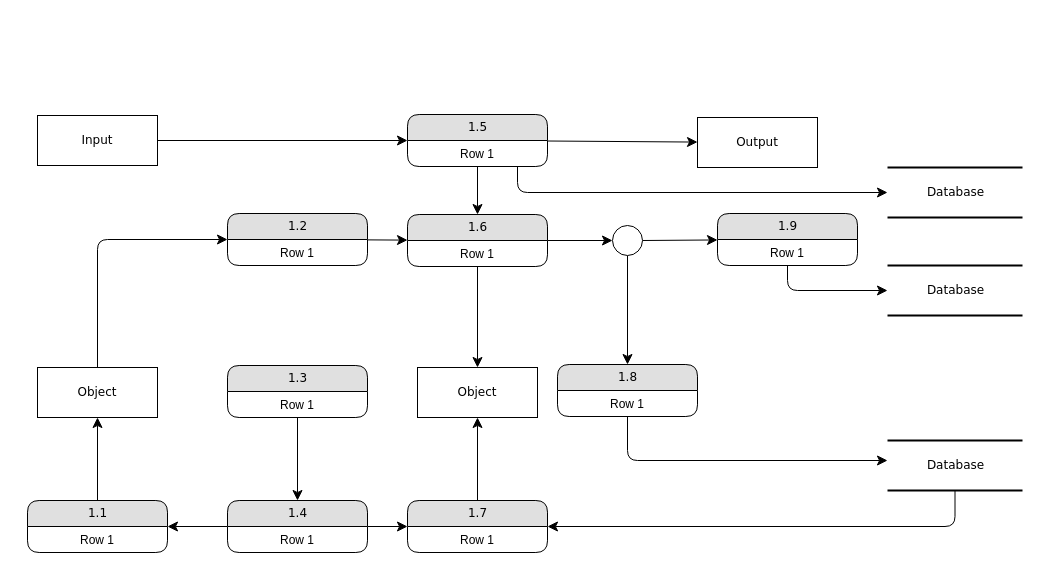
LX850569127/DrawIO keeps this draw.io diagram as overallFlowChart.drawio. Above is the earlier version. Source tidied: cells renumbered, new cells numbered last; positions are measured from the earlier drawing's top-left corner, leaving out a move shared by most shapes. Both pictures are drawn from the tidied source at 100%, with x=0, y=0 at pixel (27, 114).
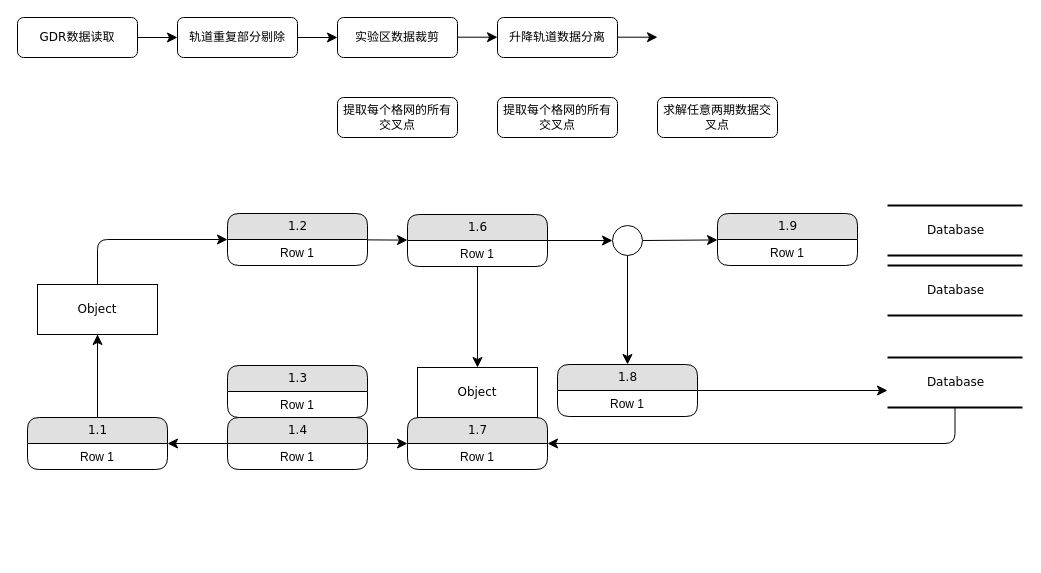
The same page after the edit.

Unchanged cells that the change refers to:
```xml
<mxCell id="3" value="Database" style="html=1;rounded=0;shadow=0;comic=0;labelBackgroundColor=none;strokeWidth=2;fontFamily=Verdana;fontSize=12;align=center;shape=mxgraph.ios7ui.horLines;" parent="1" vertex="1">
  <mxGeometry x="860" y="151" width="135" height="50" as="geometry" />
</mxCell>
<mxCell id="16" value="1.6" style="swimlane;html=1;fontStyle=0;horizontal=1;startSize=26;fillColor=#e0e0e0;swimlaneFillColor=#ffffff;align=center;rounded=1;shadow=0;comic=0;labelBackgroundColor=none;strokeWidth=1;fontFamily=Verdana;fontSize=12;" parent="1" vertex="1">
  <mxGeometry x="380" y="100" width="140" height="52" as="geometry" />
</mxCell>
<mxCell id="19" value="1.2" style="swimlane;html=1;fontStyle=0;horizontal=1;startSize=26;fillColor=#e0e0e0;swimlaneFillColor=#ffffff;align=center;rounded=1;shadow=0;comic=0;labelBackgroundColor=none;strokeWidth=1;fontFamily=Verdana;fontSize=12;" parent="1" vertex="1">
  <mxGeometry x="200" y="99" width="140" height="52" as="geometry" />
</mxCell>
<mxCell id="22" value="1.9" style="swimlane;html=1;fontStyle=0;horizontal=1;startSize=26;fillColor=#e0e0e0;swimlaneFillColor=#ffffff;align=center;rounded=1;shadow=0;comic=0;labelBackgroundColor=none;strokeWidth=1;fontFamily=Verdana;fontSize=12;" parent="1" vertex="1">
  <mxGeometry x="690" y="99" width="140" height="52" as="geometry" />
</mxCell>
<mxCell id="28" value="1.8" style="swimlane;html=1;fontStyle=0;horizontal=1;startSize=26;fillColor=#e0e0e0;swimlaneFillColor=#ffffff;align=center;rounded=1;shadow=0;comic=0;labelBackgroundColor=none;strokeWidth=1;fontFamily=Verdana;fontSize=12;" parent="1" vertex="1">
  <mxGeometry x="530" y="250" width="140" height="52" as="geometry" />
</mxCell>
```

Diff of the diagram source:
```diff
@@
     <mxCell id="2" value="Database" style="html=1;rounded=0;shadow=0;comic=0;labelBackgroundColor=none;strokeWidth=2;fontFamily=Verdana;fontSize=12;align=center;shape=mxgraph.ios7ui.horLines;" parent="1" vertex="1">
-      <mxGeometry x="860" y="53" width="135" height="50" as="geometry" />
+      <mxGeometry x="860" y="91" width="135" height="50" as="geometry" />
     </mxCell>
@@
-    <mxCell id="4" value="Output" style="whiteSpace=wrap;html=1;rounded=0;shadow=0;comic=0;labelBackgroundColor=none;strokeWidth=1;fontFamily=Verdana;fontSize=12;align=center;" parent="1" vertex="1">
-      <mxGeometry x="670" y="3" width="120" height="50" as="geometry" />
-    </mxCell>
-    <mxCell id="5" style="edgeStyle=none;html=1;labelBackgroundColor=none;startFill=0;startSize=8;endFill=1;endSize=8;fontFamily=Verdana;fontSize=12;" parent="1" edge="1" source="6" target="10">
-      <mxGeometry relative="1" as="geometry" />
+    <mxCell id="5" style="edgeStyle=none;html=1;labelBackgroundColor=none;startFill=0;startSize=8;endFill=1;endSize=8;fontFamily=Verdana;fontSize=12;exitX=1;exitY=0.5;exitDx=0;exitDy=0;" parent="1" edge="1" source="47">
+      <mxGeometry relative="1" as="geometry">
+        <mxPoint x="150" y="-77" as="targetPoint" />
+      </mxGeometry>
     </mxCell>
-    <mxCell id="6" value="Input" style="whiteSpace=wrap;html=1;rounded=0;shadow=0;comic=0;labelBackgroundColor=none;strokeWidth=1;fontFamily=Verdana;fontSize=12;align=center;" parent="1" vertex="1">
-      <mxGeometry x="10" y="1" width="120" height="50" as="geometry" />
-    </mxCell>
-    <mxCell id="7" style="edgeStyle=none;html=1;labelBackgroundColor=none;startFill=0;startSize=8;endFill=1;endSize=8;fontFamily=Verdana;fontSize=12;" parent="1" edge="1" source="10" target="4">
-      <mxGeometry relative="1" as="geometry" />
-    </mxCell>
-    <mxCell id="8" style="edgeStyle=none;html=1;labelBackgroundColor=none;startFill=0;startSize=8;endFill=1;endSize=8;fontFamily=Verdana;fontSize=12;" parent="1" edge="1" source="10" target="16">
+    <mxCell id="8" style="edgeStyle=none;html=1;labelBackgroundColor=none;startFill=0;startSize=8;endFill=1;endSize=8;fontFamily=Verdana;fontSize=12;exitX=1;exitY=0.5;exitDx=0;exitDy=0;entryX=0;entryY=0.5;entryDx=0;entryDy=0;" parent="1" edge="1" source="46" target="48">
       <mxGeometry relative="1" as="geometry" />
     </mxCell>
-    <mxCell id="9" style="edgeStyle=orthogonalEdgeStyle;html=1;labelBackgroundColor=none;startFill=0;startSize=8;endFill=1;endSize=8;fontFamily=Verdana;fontSize=12;" parent="1" edge="1" source="10" target="2">
-      <mxGeometry relative="1" as="geometry">
-        <Array as="points">
-          <mxPoint x="490" y="78" />
-        </Array>
-      </mxGeometry>
-    </mxCell>
-    <mxCell id="10" value="1.5" style="swimlane;html=1;fontStyle=0;horizontal=1;startSize=26;fillColor=#e0e0e0;swimlaneFillColor=#ffffff;align=center;rounded=1;shadow=0;comic=0;labelBackgroundColor=none;strokeWidth=1;fontFamily=Verdana;fontSize=12;" parent="1" vertex="1">
-      <mxGeometry x="380" width="140" height="52" as="geometry" />
-    </mxCell>
-    <mxCell id="11" value="Row 1" style="text;html=1;strokeColor=none;fillColor=none;spacingLeft=4;spacingRight=4;whiteSpace=wrap;overflow=hidden;align=center;" parent="10" vertex="1">
-      <mxGeometry y="26" width="140" height="26" as="geometry" />
-    </mxCell>
     <mxCell id="12" style="edgeStyle=orthogonalEdgeStyle;html=1;labelBackgroundColor=none;startFill=0;startSize=8;endFill=1;endSize=8;fontFamily=Verdana;fontSize=12;" parent="1" edge="1" source="13" target="38">
       <mxGeometry relative="1" as="geometry">
         <Array as="points">
-          <mxPoint x="928" y="412" />
+          <mxPoint x="928" y="329" />
         </Array>
       </mxGeometry>
     </mxCell>
     <mxCell id="13" value="Database" style="html=1;rounded=0;shadow=0;comic=0;labelBackgroundColor=none;strokeWidth=2;fontFamily=Verdana;fontSize=12;align=center;shape=mxgraph.ios7ui.horLines;" parent="1" vertex="1">
-      <mxGeometry x="860" y="326" width="135" height="50" as="geometry" />
+      <mxGeometry x="860" y="243" width="135" height="50" as="geometry" />
     </mxCell>
@@
-    <mxCell id="21" style="edgeStyle=orthogonalEdgeStyle;html=1;labelBackgroundColor=none;startFill=0;startSize=8;endFill=1;endSize=8;fontFamily=Verdana;fontSize=12;" parent="1" edge="1" source="22" target="3">
-      <mxGeometry relative="1" as="geometry">
-        <Array as="points">
-          <mxPoint x="760" y="176" />
-        </Array>
-      </mxGeometry>
-    </mxCell>
@@
     <mxCell id="27" style="edgeStyle=orthogonalEdgeStyle;html=1;labelBackgroundColor=none;startFill=0;startSize=8;endFill=1;endSize=8;fontFamily=Verdana;fontSize=12;" parent="1" edge="1" source="28" target="13">
       <mxGeometry relative="1" as="geometry">
         <Array as="points">
-          <mxPoint x="600" y="346" />
+          <mxPoint x="600" y="263" />
         </Array>
       </mxGeometry>
     </mxCell>
@@
     <mxCell id="31" value="1.1" style="swimlane;html=1;fontStyle=0;horizontal=1;startSize=26;fillColor=#e0e0e0;swimlaneFillColor=#ffffff;align=center;rounded=1;shadow=0;comic=0;labelBackgroundColor=none;strokeWidth=1;fontFamily=Verdana;fontSize=12;" parent="1" vertex="1">
-      <mxGeometry y="386" width="140" height="52" as="geometry" />
+      <mxGeometry y="303" width="140" height="52" as="geometry" />
     </mxCell>
@@
     <mxCell id="35" value="1.4" style="swimlane;html=1;fontStyle=0;horizontal=1;startSize=26;fillColor=#e0e0e0;swimlaneFillColor=#ffffff;align=center;rounded=1;shadow=0;comic=0;labelBackgroundColor=none;strokeWidth=1;fontFamily=Verdana;fontSize=12;" parent="1" vertex="1">
-      <mxGeometry x="200" y="386" width="140" height="52" as="geometry" />
+      <mxGeometry x="200" y="303" width="140" height="52" as="geometry" />
     </mxCell>
@@
     <mxCell id="38" value="1.7" style="swimlane;html=1;fontStyle=0;horizontal=1;startSize=26;fillColor=#e0e0e0;swimlaneFillColor=#ffffff;align=center;rounded=1;shadow=0;comic=0;labelBackgroundColor=none;strokeWidth=1;fontFamily=Verdana;fontSize=12;" parent="1" vertex="1">
-      <mxGeometry x="380" y="386" width="140" height="52" as="geometry" />
+      <mxGeometry x="380" y="303" width="140" height="52" as="geometry" />
     </mxCell>
@@
-    <mxCell id="40" style="edgeStyle=orthogonalEdgeStyle;html=1;labelBackgroundColor=none;startFill=0;startSize=8;endFill=1;endSize=8;fontFamily=Verdana;fontSize=12;" parent="1" edge="1" source="41" target="19">
+    <mxCell id="40" style="edgeStyle=orthogonalEdgeStyle;html=1;labelBackgroundColor=none;startFill=0;startSize=8;endFill=1;endSize=8;fontFamily=Verdana;fontSize=12;" parent="1" edge="1" target="19">
       <mxGeometry relative="1" as="geometry">
+        <mxPoint x="70" y="253" as="sourcePoint" />
         <Array as="points">
           <mxPoint x="70" y="125" />
         </Array>
       </mxGeometry>
     </mxCell>
     <mxCell id="41" value="Object" style="whiteSpace=wrap;html=1;rounded=0;shadow=0;comic=0;labelBackgroundColor=none;strokeWidth=1;fontFamily=Verdana;fontSize=12;align=center;" parent="1" vertex="1">
-      <mxGeometry x="10" y="253" width="120" height="50" as="geometry" />
+      <mxGeometry x="10" y="170" width="120" height="50" as="geometry" />
     </mxCell>
@@
+    <mxCell id="46" value="轨道重复部分剔除" style="rounded=1;whiteSpace=wrap;html=1;" parent="1" vertex="1">
+      <mxGeometry x="150" y="-97" width="120" height="40" as="geometry" />
+    </mxCell>
+    <mxCell id="47" value="&lt;span style=&quot;font-family: Verdana;&quot;&gt;GDR数据读取&lt;/span&gt;" style="rounded=1;whiteSpace=wrap;html=1;" parent="1" vertex="1">
+      <mxGeometry x="-10" y="-97" width="120" height="40" as="geometry" />
+    </mxCell>
+    <mxCell id="48" value="实验区数据裁剪" style="rounded=1;whiteSpace=wrap;html=1;" parent="1" vertex="1">
+      <mxGeometry x="310" y="-97" width="120" height="40" as="geometry" />
+    </mxCell>
+    <mxCell id="49" value="升降轨道数据分离" style="rounded=1;whiteSpace=wrap;html=1;" parent="1" vertex="1">
+      <mxGeometry x="470" y="-97" width="120" height="40" as="geometry" />
+    </mxCell>
+    <mxCell id="50" style="edgeStyle=none;html=1;labelBackgroundColor=none;startFill=0;startSize=8;endFill=1;endSize=8;fontFamily=Verdana;fontSize=12;exitX=1;exitY=0.5;exitDx=0;exitDy=0;entryX=0;entryY=0.5;entryDx=0;entryDy=0;" parent="1" edge="1">
+      <mxGeometry relative="1" as="geometry">
+        <mxPoint x="430" y="-77.3" as="sourcePoint" />
+        <mxPoint x="470" y="-77.3" as="targetPoint" />
+      </mxGeometry>
+    </mxCell>
+    <mxCell id="51" style="edgeStyle=none;html=1;labelBackgroundColor=none;startFill=0;startSize=8;endFill=1;endSize=8;fontFamily=Verdana;fontSize=12;exitX=1;exitY=0.5;exitDx=0;exitDy=0;entryX=0;entryY=0.5;entryDx=0;entryDy=0;" parent="1" edge="1">
+      <mxGeometry relative="1" as="geometry">
+        <mxPoint x="590" y="-77.3" as="sourcePoint" />
+        <mxPoint x="630" y="-77.3" as="targetPoint" />
+      </mxGeometry>
+    </mxCell>
+    <mxCell id="52" value="求解任意两期数据交叉点" style="rounded=1;whiteSpace=wrap;html=1;" parent="1" vertex="1">
+      <mxGeometry x="630" y="-17" width="120" height="40" as="geometry" />
+    </mxCell>
+    <mxCell id="53" value="提取每个格网的所有交叉点" style="rounded=1;whiteSpace=wrap;html=1;" parent="1" vertex="1">
+      <mxGeometry x="470" y="-17" width="120" height="40" as="geometry" />
+    </mxCell>
+    <mxCell id="54" value="提取每个格网的所有交叉点" style="rounded=1;whiteSpace=wrap;html=1;" parent="1" vertex="1">
+      <mxGeometry x="310" y="-17" width="120" height="40" as="geometry" />
+    </mxCell>
```
